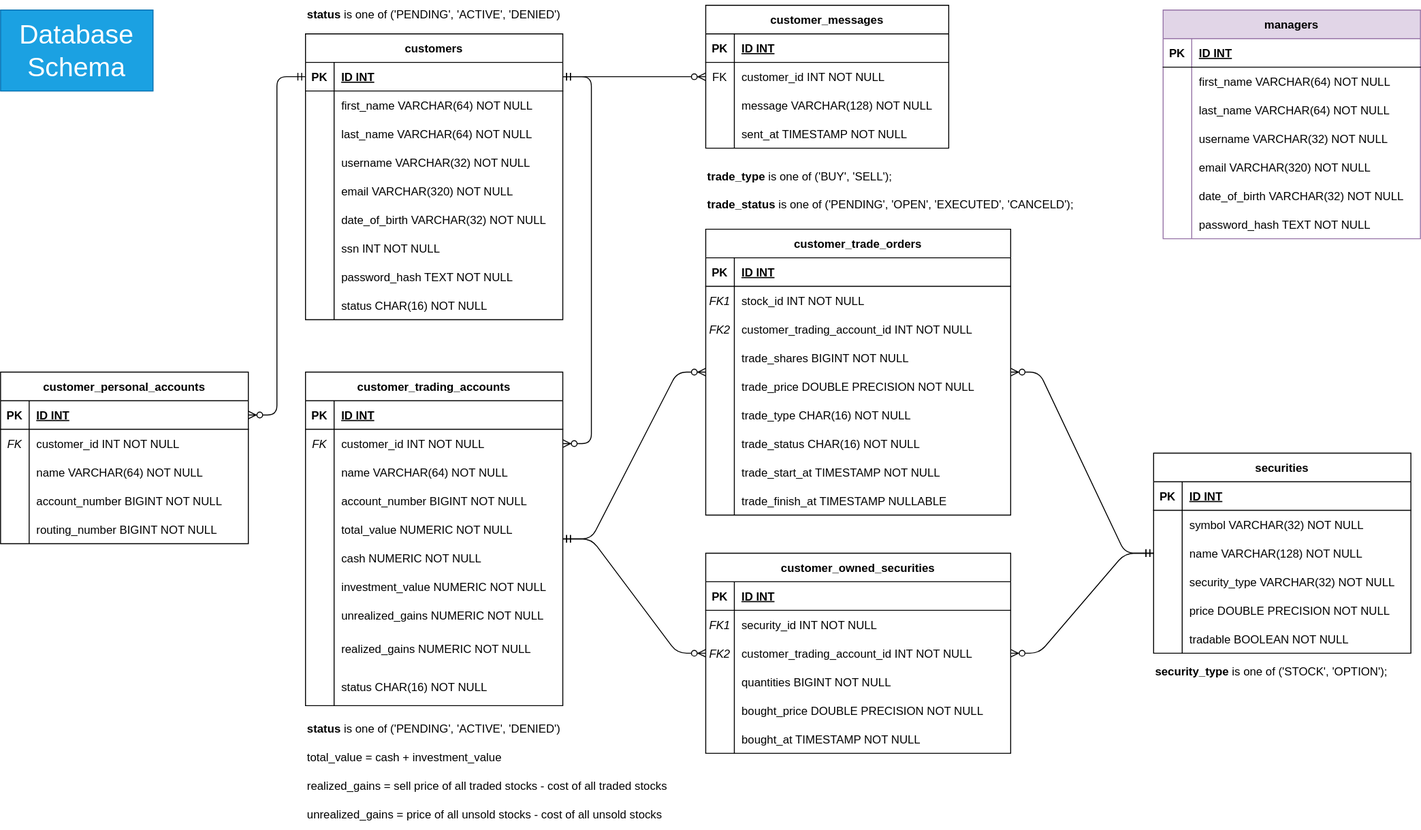
jwz16/cs611-stocktrade keeps this draw.io diagram as docs/DBSchema.svg. Above is the earlier version. Source tidied: cells renumbered, new cells last; positions are measured from the earlier drawing's top-left corner, leaving out a move shared by most shapes.
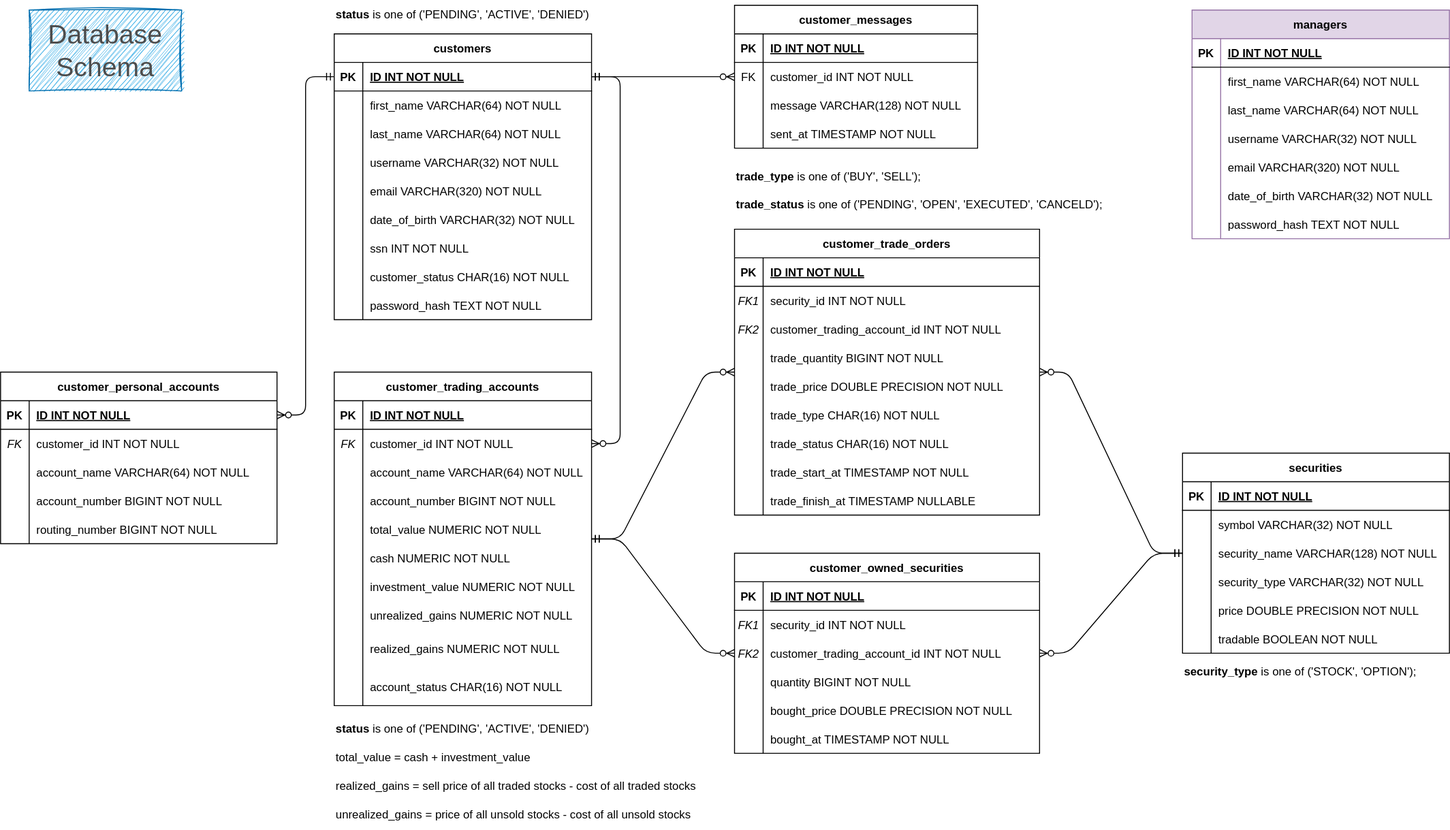
After the commit.

The edit, as a diff of the source:
```diff
@@ -13,3 +13,3 @@
     </mxCell>
-    <mxCell id="5" value="ID INT" style="shape=partialRectangle;fillColor=none;top=0;left=0;bottom=0;right=0;align=left;spacingLeft=6;fontStyle=5;overflow=hidden;sketch=0;" parent="3" vertex="1">
+    <mxCell id="5" value="ID INT NOT NULL" style="shape=partialRectangle;fillColor=none;top=0;left=0;bottom=0;right=0;align=left;spacingLeft=6;fontStyle=5;overflow=hidden;sketch=0;" parent="3" vertex="1">
       <mxGeometry x="30" width="240" height="30" as="geometry" />
@@ -70,4 +70,13 @@
     </mxCell>
+    <mxCell id="27" style="shape=tableRow;horizontal=0;startSize=0;swimlaneHead=0;swimlaneBody=0;fillColor=none;top=0;left=0;right=0;bottom=0;sketch=0;" parent="2" vertex="1">
+      <mxGeometry y="240" width="270" height="30" as="geometry" />
+    </mxCell>
+    <mxCell id="28" style="shape=partialRectangle;fillColor=none;top=0;left=0;bottom=0;right=0;overflow=hidden;sketch=0;" parent="27" vertex="1">
+      <mxGeometry width="30" height="30" as="geometry" />
+    </mxCell>
+    <mxCell id="29" value="customer_status CHAR(16) NOT NULL" style="shape=partialRectangle;fillColor=none;top=0;left=0;bottom=0;right=0;align=left;spacingLeft=6;overflow=hidden;sketch=0;" parent="27" vertex="1">
+      <mxGeometry x="30" width="240" height="30" as="geometry" />
+    </mxCell>
     <mxCell id="24" style="shape=tableRow;horizontal=0;startSize=0;swimlaneHead=0;swimlaneBody=0;fillColor=none;top=0;left=0;right=0;bottom=0;sketch=0;" parent="2" vertex="1">
-      <mxGeometry y="240" width="270" height="30" as="geometry" />
+      <mxGeometry y="270" width="270" height="30" as="geometry" />
     </mxCell>
@@ -79,16 +88,7 @@
     </mxCell>
-    <mxCell id="27" style="shape=tableRow;horizontal=0;startSize=0;swimlaneHead=0;swimlaneBody=0;fillColor=none;top=0;left=0;right=0;bottom=0;sketch=0;" parent="2" vertex="1">
-      <mxGeometry y="270" width="270" height="30" as="geometry" />
-    </mxCell>
-    <mxCell id="28" style="shape=partialRectangle;fillColor=none;top=0;left=0;bottom=0;right=0;overflow=hidden;sketch=0;" parent="27" vertex="1">
-      <mxGeometry width="30" height="30" as="geometry" />
-    </mxCell>
-    <mxCell id="29" value="status CHAR(16) NOT NULL" style="shape=partialRectangle;fillColor=none;top=0;left=0;bottom=0;right=0;align=left;spacingLeft=6;overflow=hidden;sketch=0;" parent="27" vertex="1">
-      <mxGeometry x="30" width="240" height="30" as="geometry" />
-    </mxCell>
     <mxCell id="30" value="securities" style="shape=table;startSize=30;rowLines=0;fontStyle=1;align=center;sketch=0;" parent="1" vertex="1">
-      <mxGeometry x="1210" y="475" width="270" height="210" as="geometry" />
+      <mxGeometry x="1210" y="475" width="280" height="210" as="geometry" />
     </mxCell>
     <mxCell id="31" style="shape=tableRow;horizontal=0;startSize=0;swimlaneHead=0;swimlaneBody=0;fillColor=none;top=0;left=0;right=0;bottom=1;sketch=0;" parent="30" vertex="1">
-      <mxGeometry y="30" width="270" height="30" as="geometry" />
+      <mxGeometry y="30" width="280" height="30" as="geometry" />
     </mxCell>
@@ -97,7 +97,7 @@
     </mxCell>
-    <mxCell id="33" value="ID INT" style="shape=partialRectangle;fillColor=none;top=0;left=0;bottom=0;right=0;align=left;spacingLeft=6;fontStyle=5;overflow=hidden;sketch=0;" parent="31" vertex="1">
-      <mxGeometry x="30" width="240" height="30" as="geometry" />
+    <mxCell id="33" value="ID INT NOT NULL" style="shape=partialRectangle;fillColor=none;top=0;left=0;bottom=0;right=0;align=left;spacingLeft=6;fontStyle=5;overflow=hidden;sketch=0;" parent="31" vertex="1">
+      <mxGeometry x="30" width="250" height="30" as="geometry" />
     </mxCell>
     <mxCell id="34" style="shape=tableRow;horizontal=0;startSize=0;swimlaneHead=0;swimlaneBody=0;fillColor=none;top=0;left=0;right=0;bottom=0;sketch=0;" parent="30" vertex="1">
-      <mxGeometry y="60" width="270" height="30" as="geometry" />
+      <mxGeometry y="60" width="280" height="30" as="geometry" />
     </mxCell>
@@ -107,6 +107,6 @@
     <mxCell id="36" value="symbol VARCHAR(32) NOT NULL" style="shape=partialRectangle;fillColor=none;top=0;left=0;bottom=0;right=0;align=left;spacingLeft=6;overflow=hidden;sketch=0;" parent="34" vertex="1">
-      <mxGeometry x="30" width="240" height="30" as="geometry" />
+      <mxGeometry x="30" width="250" height="30" as="geometry" />
     </mxCell>
     <mxCell id="37" style="shape=tableRow;horizontal=0;startSize=0;swimlaneHead=0;swimlaneBody=0;fillColor=none;top=0;left=0;right=0;bottom=0;sketch=0;" parent="30" vertex="1">
-      <mxGeometry y="90" width="270" height="30" as="geometry" />
+      <mxGeometry y="90" width="280" height="30" as="geometry" />
     </mxCell>
@@ -115,7 +115,7 @@
     </mxCell>
-    <mxCell id="39" value="name VARCHAR(128) NOT NULL" style="shape=partialRectangle;fillColor=none;top=0;left=0;bottom=0;right=0;align=left;spacingLeft=6;overflow=hidden;sketch=0;" parent="37" vertex="1">
-      <mxGeometry x="30" width="240" height="30" as="geometry" />
+    <mxCell id="39" value="security_name VARCHAR(128) NOT NULL" style="shape=partialRectangle;fillColor=none;top=0;left=0;bottom=0;right=0;align=left;spacingLeft=6;overflow=hidden;sketch=0;" parent="37" vertex="1">
+      <mxGeometry x="30" width="250" height="30" as="geometry" />
     </mxCell>
     <mxCell id="40" style="shape=tableRow;horizontal=0;startSize=0;swimlaneHead=0;swimlaneBody=0;fillColor=none;top=0;left=0;right=0;bottom=0;sketch=0;" parent="30" vertex="1">
-      <mxGeometry y="120" width="270" height="30" as="geometry" />
+      <mxGeometry y="120" width="280" height="30" as="geometry" />
     </mxCell>
@@ -125,6 +125,6 @@
     <mxCell id="42" value="security_type VARCHAR(32) NOT NULL" style="shape=partialRectangle;fillColor=none;top=0;left=0;bottom=0;right=0;align=left;spacingLeft=6;overflow=hidden;sketch=0;" parent="40" vertex="1">
-      <mxGeometry x="30" width="240" height="30" as="geometry" />
+      <mxGeometry x="30" width="250" height="30" as="geometry" />
     </mxCell>
     <mxCell id="43" style="shape=tableRow;horizontal=0;startSize=0;swimlaneHead=0;swimlaneBody=0;fillColor=none;top=0;left=0;right=0;bottom=0;sketch=0;" parent="30" vertex="1">
-      <mxGeometry y="150" width="270" height="30" as="geometry" />
+      <mxGeometry y="150" width="280" height="30" as="geometry" />
     </mxCell>
@@ -134,6 +134,6 @@
     <mxCell id="45" value="price DOUBLE PRECISION NOT NULL" style="shape=partialRectangle;fillColor=none;top=0;left=0;bottom=0;right=0;align=left;spacingLeft=6;overflow=hidden;sketch=0;" parent="43" vertex="1">
-      <mxGeometry x="30" width="240" height="30" as="geometry" />
+      <mxGeometry x="30" width="250" height="30" as="geometry" />
     </mxCell>
     <mxCell id="46" style="shape=tableRow;horizontal=0;startSize=0;swimlaneHead=0;swimlaneBody=0;fillColor=none;top=0;left=0;right=0;bottom=0;sketch=0;" parent="30" vertex="1">
-      <mxGeometry y="180" width="270" height="30" as="geometry" />
+      <mxGeometry y="180" width="280" height="30" as="geometry" />
     </mxCell>
@@ -143,3 +143,3 @@
     <mxCell id="48" value="tradable BOOLEAN NOT NULL" style="shape=partialRectangle;fillColor=none;top=0;left=0;bottom=0;right=0;align=left;spacingLeft=6;overflow=hidden;sketch=0;" parent="46" vertex="1">
-      <mxGeometry x="30" width="240" height="30" as="geometry" />
+      <mxGeometry x="30" width="250" height="30" as="geometry" />
     </mxCell>
@@ -154,3 +154,3 @@
     </mxCell>
-    <mxCell id="52" value="ID INT" style="shape=partialRectangle;fillColor=none;top=0;left=0;bottom=0;right=0;align=left;spacingLeft=6;fontStyle=5;overflow=hidden;sketch=0;" parent="50" vertex="1">
+    <mxCell id="52" value="ID INT NOT NULL" style="shape=partialRectangle;fillColor=none;top=0;left=0;bottom=0;right=0;align=left;spacingLeft=6;fontStyle=5;overflow=hidden;sketch=0;" parent="50" vertex="1">
       <mxGeometry x="30" width="240" height="30" as="geometry" />
@@ -172,3 +172,3 @@
     </mxCell>
-    <mxCell id="58" value="name VARCHAR(64) NOT NULL" style="shape=partialRectangle;fillColor=none;top=0;left=0;bottom=0;right=0;align=left;spacingLeft=6;overflow=hidden;sketch=0;" parent="56" vertex="1">
+    <mxCell id="58" value="account_name VARCHAR(64) NOT NULL" style="shape=partialRectangle;fillColor=none;top=0;left=0;bottom=0;right=0;align=left;spacingLeft=6;overflow=hidden;sketch=0;" parent="56" vertex="1">
       <mxGeometry x="30" width="240" height="30" as="geometry" />
@@ -235,3 +235,3 @@
     </mxCell>
-    <mxCell id="79" value="status CHAR(16) NOT NULL" style="shape=partialRectangle;fillColor=none;top=0;left=0;bottom=0;right=0;align=left;spacingLeft=6;overflow=hidden;sketch=0;" parent="77" vertex="1">
+    <mxCell id="79" value="account_status CHAR(16) NOT NULL" style="shape=partialRectangle;fillColor=none;top=0;left=0;bottom=0;right=0;align=left;spacingLeft=6;overflow=hidden;sketch=0;" parent="77" vertex="1">
       <mxGeometry x="30" width="240" height="40" as="geometry" />
@@ -247,3 +247,3 @@
     </mxCell>
-    <mxCell id="83" value="ID INT" style="shape=partialRectangle;fillColor=none;top=0;left=0;bottom=0;right=0;align=left;spacingLeft=6;fontStyle=5;overflow=hidden;sketch=0;" parent="81" vertex="1">
+    <mxCell id="83" value="ID INT NOT NULL" style="shape=partialRectangle;fillColor=none;top=0;left=0;bottom=0;right=0;align=left;spacingLeft=6;fontStyle=5;overflow=hidden;sketch=0;" parent="81" vertex="1">
       <mxGeometry x="30" width="290" height="30" as="geometry" />
@@ -274,3 +274,3 @@
     </mxCell>
-    <mxCell id="92" value="quantities BIGINT NOT NULL" style="shape=partialRectangle;fillColor=none;top=0;left=0;bottom=0;right=0;align=left;spacingLeft=6;overflow=hidden;sketch=0;" parent="90" vertex="1">
+    <mxCell id="92" value="quantity BIGINT NOT NULL" style="shape=partialRectangle;fillColor=none;top=0;left=0;bottom=0;right=0;align=left;spacingLeft=6;overflow=hidden;sketch=0;" parent="90" vertex="1">
       <mxGeometry x="30" width="290" height="30" as="geometry" />
@@ -296,6 +296,6 @@
     <mxCell id="99" value="customer_personal_accounts" style="shape=table;startSize=30;rowLines=0;fontStyle=1;align=center;sketch=0;" parent="1" vertex="1">
-      <mxGeometry y="390" width="260" height="180" as="geometry" />
+      <mxGeometry x="-30" y="390" width="290" height="180" as="geometry" />
     </mxCell>
     <mxCell id="100" style="shape=tableRow;horizontal=0;startSize=0;swimlaneHead=0;swimlaneBody=0;fillColor=none;points=[[0,0.5],[1,0.5]];portConstraint=eastwest;top=0;left=0;right=0;bottom=1;sketch=0;" parent="99" vertex="1">
-      <mxGeometry y="30" width="260" height="30" as="geometry" />
+      <mxGeometry y="30" width="290" height="30" as="geometry" />
     </mxCell>
@@ -304,7 +304,7 @@
     </mxCell>
-    <mxCell id="102" value="ID INT" style="shape=partialRectangle;fillColor=none;top=0;left=0;bottom=0;right=0;align=left;spacingLeft=6;fontStyle=5;overflow=hidden;sketch=0;" parent="100" vertex="1">
-      <mxGeometry x="30" width="230" height="30" as="geometry" />
+    <mxCell id="102" value="ID INT NOT NULL" style="shape=partialRectangle;fillColor=none;top=0;left=0;bottom=0;right=0;align=left;spacingLeft=6;fontStyle=5;overflow=hidden;sketch=0;" parent="100" vertex="1">
+      <mxGeometry x="30" width="260" height="30" as="geometry" />
     </mxCell>
     <mxCell id="103" style="shape=tableRow;horizontal=0;startSize=0;swimlaneHead=0;swimlaneBody=0;fillColor=none;top=0;left=0;right=0;bottom=0;sketch=0;" parent="99" vertex="1">
-      <mxGeometry y="60" width="260" height="30" as="geometry" />
+      <mxGeometry y="60" width="290" height="30" as="geometry" />
     </mxCell>
@@ -314,6 +314,6 @@
     <mxCell id="105" value="customer_id INT NOT NULL" style="shape=partialRectangle;fillColor=none;top=0;left=0;bottom=0;right=0;align=left;spacingLeft=6;overflow=hidden;sketch=0;" parent="103" vertex="1">
-      <mxGeometry x="30" width="230" height="30" as="geometry" />
+      <mxGeometry x="30" width="260" height="30" as="geometry" />
     </mxCell>
     <mxCell id="106" style="shape=tableRow;horizontal=0;startSize=0;swimlaneHead=0;swimlaneBody=0;fillColor=none;top=0;left=0;right=0;bottom=0;sketch=0;" parent="99" vertex="1">
-      <mxGeometry y="90" width="260" height="30" as="geometry" />
+      <mxGeometry y="90" width="290" height="30" as="geometry" />
     </mxCell>
@@ -322,7 +322,7 @@
     </mxCell>
-    <mxCell id="108" value="name VARCHAR(64) NOT NULL" style="shape=partialRectangle;fillColor=none;top=0;left=0;bottom=0;right=0;align=left;spacingLeft=6;overflow=hidden;sketch=0;" parent="106" vertex="1">
-      <mxGeometry x="30" width="230" height="30" as="geometry" />
+    <mxCell id="108" value="account_name VARCHAR(64) NOT NULL" style="shape=partialRectangle;fillColor=none;top=0;left=0;bottom=0;right=0;align=left;spacingLeft=6;overflow=hidden;sketch=0;" parent="106" vertex="1">
+      <mxGeometry x="30" width="260" height="30" as="geometry" />
     </mxCell>
     <mxCell id="109" style="shape=tableRow;horizontal=0;startSize=0;swimlaneHead=0;swimlaneBody=0;fillColor=none;top=0;left=0;right=0;bottom=0;sketch=0;" parent="99" vertex="1">
-      <mxGeometry y="120" width="260" height="30" as="geometry" />
+      <mxGeometry y="120" width="290" height="30" as="geometry" />
     </mxCell>
@@ -332,6 +332,6 @@
     <mxCell id="111" value="account_number BIGINT NOT NULL" style="shape=partialRectangle;fillColor=none;top=0;left=0;bottom=0;right=0;align=left;spacingLeft=6;overflow=hidden;sketch=0;" parent="109" vertex="1">
-      <mxGeometry x="30" width="230" height="30" as="geometry" />
+      <mxGeometry x="30" width="260" height="30" as="geometry" />
     </mxCell>
     <mxCell id="112" style="shape=tableRow;horizontal=0;startSize=0;swimlaneHead=0;swimlaneBody=0;fillColor=none;top=0;left=0;right=0;bottom=0;sketch=0;" parent="99" vertex="1">
-      <mxGeometry y="150" width="260" height="30" as="geometry" />
+      <mxGeometry y="150" width="290" height="30" as="geometry" />
     </mxCell>
@@ -341,3 +341,3 @@
     <mxCell id="114" value="routing_number BIGINT NOT NULL" style="shape=partialRectangle;fillColor=none;top=0;left=0;bottom=0;right=0;align=left;spacingLeft=6;overflow=hidden;sketch=0;" parent="112" vertex="1">
-      <mxGeometry x="30" width="230" height="30" as="geometry" />
+      <mxGeometry x="30" width="260" height="30" as="geometry" />
     </mxCell>
@@ -352,3 +352,3 @@
     </mxCell>
-    <mxCell id="118" value="ID INT" style="shape=partialRectangle;fillColor=none;top=0;left=0;bottom=0;right=0;align=left;spacingLeft=6;fontStyle=5;overflow=hidden;sketch=0;" parent="116" vertex="1">
+    <mxCell id="118" value="ID INT NOT NULL" style="shape=partialRectangle;fillColor=none;top=0;left=0;bottom=0;right=0;align=left;spacingLeft=6;fontStyle=5;overflow=hidden;sketch=0;" parent="116" vertex="1">
       <mxGeometry x="30" width="290" height="30" as="geometry" />
@@ -361,3 +361,3 @@
     </mxCell>
-    <mxCell id="121" value="stock_id INT NOT NULL" style="shape=partialRectangle;fillColor=none;top=0;left=0;bottom=0;right=0;align=left;spacingLeft=6;overflow=hidden;sketch=0;" parent="119" vertex="1">
+    <mxCell id="121" value="security_id INT NOT NULL" style="shape=partialRectangle;fillColor=none;top=0;left=0;bottom=0;right=0;align=left;spacingLeft=6;overflow=hidden;sketch=0;" parent="119" vertex="1">
       <mxGeometry x="30" width="290" height="30" as="geometry" />
@@ -379,3 +379,3 @@
     </mxCell>
-    <mxCell id="127" value="trade_shares BIGINT NOT NULL" style="shape=partialRectangle;fillColor=none;top=0;left=0;bottom=0;right=0;align=left;spacingLeft=6;overflow=hidden;sketch=0;" parent="125" vertex="1">
+    <mxCell id="127" value="trade_quantity BIGINT NOT NULL" style="shape=partialRectangle;fillColor=none;top=0;left=0;bottom=0;right=0;align=left;spacingLeft=6;overflow=hidden;sketch=0;" parent="125" vertex="1">
       <mxGeometry x="30" width="290" height="30" as="geometry" />
@@ -466,3 +466,3 @@
     </mxCell>
-    <mxCell id="156" value="Database Schema" style="text;html=1;strokeColor=#006EAF;fillColor=#1ba1e2;align=center;verticalAlign=middle;whiteSpace=wrap;rounded=0;fontSize=28;fontColor=#ffffff;" parent="1" vertex="1">
+    <mxCell id="156" value="Database Schema" style="text;html=1;strokeColor=#006EAF;fillColor=#1ba1e2;align=center;verticalAlign=middle;whiteSpace=wrap;rounded=0;fontSize=28;fontColor=#4D4D4D;sketch=1;curveFitting=1;jiggle=2;" parent="1" vertex="1">
       <mxGeometry y="10" width="160" height="85" as="geometry" />
@@ -478,3 +478,3 @@
     </mxCell>
-    <mxCell id="160" value="ID INT" style="shape=partialRectangle;fillColor=none;top=0;left=0;bottom=0;right=0;align=left;spacingLeft=6;fontStyle=5;overflow=hidden;sketch=0;" parent="158" vertex="1">
+    <mxCell id="160" value="ID INT NOT NULL" style="shape=partialRectangle;fillColor=none;top=0;left=0;bottom=0;right=0;align=left;spacingLeft=6;fontStyle=5;overflow=hidden;sketch=0;" parent="158" vertex="1">
       <mxGeometry x="30" width="225" height="30" as="geometry" />
@@ -520,3 +520,3 @@
     </mxCell>
-    <mxCell id="174" value="ID INT" style="shape=partialRectangle;fillColor=none;top=0;left=0;bottom=0;right=0;align=left;spacingLeft=6;fontStyle=5;overflow=hidden;sketch=0;" parent="172" vertex="1">
+    <mxCell id="174" value="ID INT NOT NULL" style="shape=partialRectangle;fillColor=none;top=0;left=0;bottom=0;right=0;align=left;spacingLeft=6;fontStyle=5;overflow=hidden;sketch=0;" parent="172" vertex="1">
       <mxGeometry x="30" width="240" height="30" as="geometry" />
```
